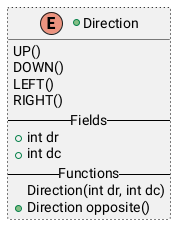
Earlier version of the PlantUML export src/main/ClassDiagram/DirectionDiagram.png (CamerJunker/Snake).
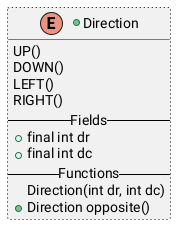
After the commit.

Commit message:
Lavet en lille Overview af alle klasser og ændret pilene i ClassDiagram

The edit, as a diff of the source:
```diff
@@ -5,8 +5,8 @@
     LEFT()
     RIGHT()
     -- Fields --
-    +int dr
-    +int dc
+    +final int dr
+    +final int dc
     -- Functions --
     Direction(int dr, int dc)
     +Direction opposite()
```
